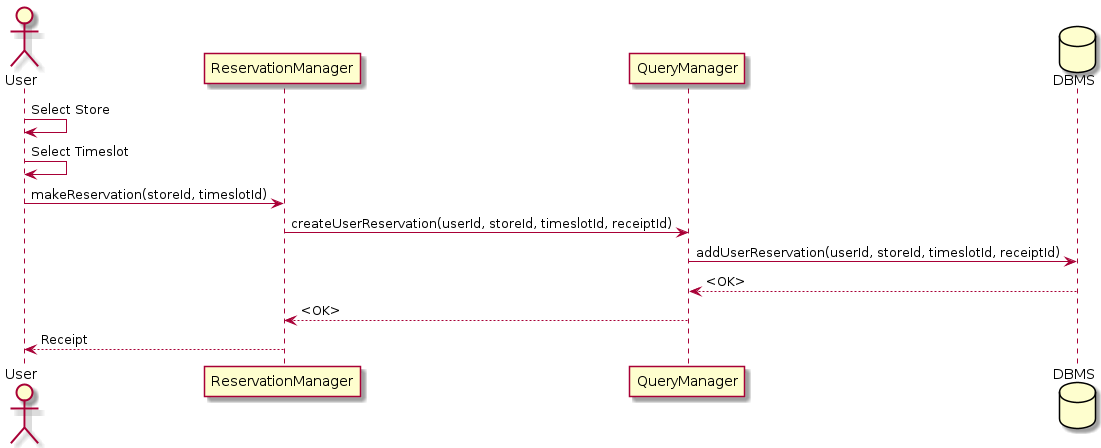
andreafra/Software-Engineering-2-Project-2021 keeps this PlantUML diagram as DD/uml/seq_make_reservation.png. Above is the earlier version. Source of this version:
```plantuml
@startuml
actor User as a
participant ReservationManager as rm
participant QueryManager as qm
database DBMS as db

a -> a : Select Store
a -> a : Select Timeslot
a -> rm : makeReservation(storeId, timeslotId)
rm -> qm : createUserReservation(userId, storeId, timeslotId, receiptId)
qm -> db : addUserReservation(userId, storeId, timeslotId, receiptId)
db --> qm : <OK>
qm --> rm : <OK>
rm --> a : Receipt
@enduml
```
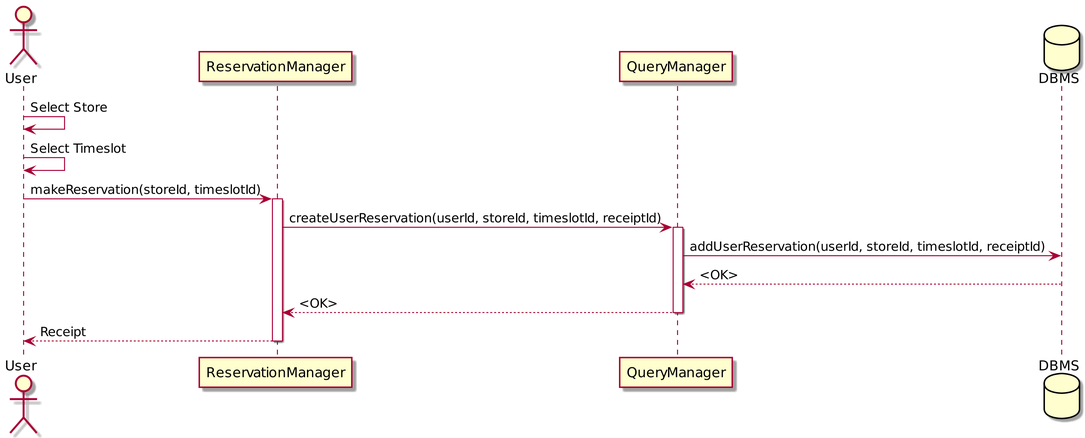
The same diagram one commit later.

The edit, as a diff of the source:
```diff
@@ -1,4 +1,9 @@
-@startuml
+@startuml seq_make_reservation
+
+skinparam {
+   dpi 300
+}
+
 actor User as a
 participant ReservationManager as rm
 participant QueryManager as qm
@@ -7,9 +12,14 @@
 a -> a : Select Store
 a -> a : Select Timeslot
 a -> rm : makeReservation(storeId, timeslotId)
+activate rm
 rm -> qm : createUserReservation(userId, storeId, timeslotId, receiptId)
+activate qm
 qm -> db : addUserReservation(userId, storeId, timeslotId, receiptId)
 db --> qm : <OK>
 qm --> rm : <OK>
+deactivate qm
 rm --> a : Receipt
+deactivate rm
+
 @enduml
```
